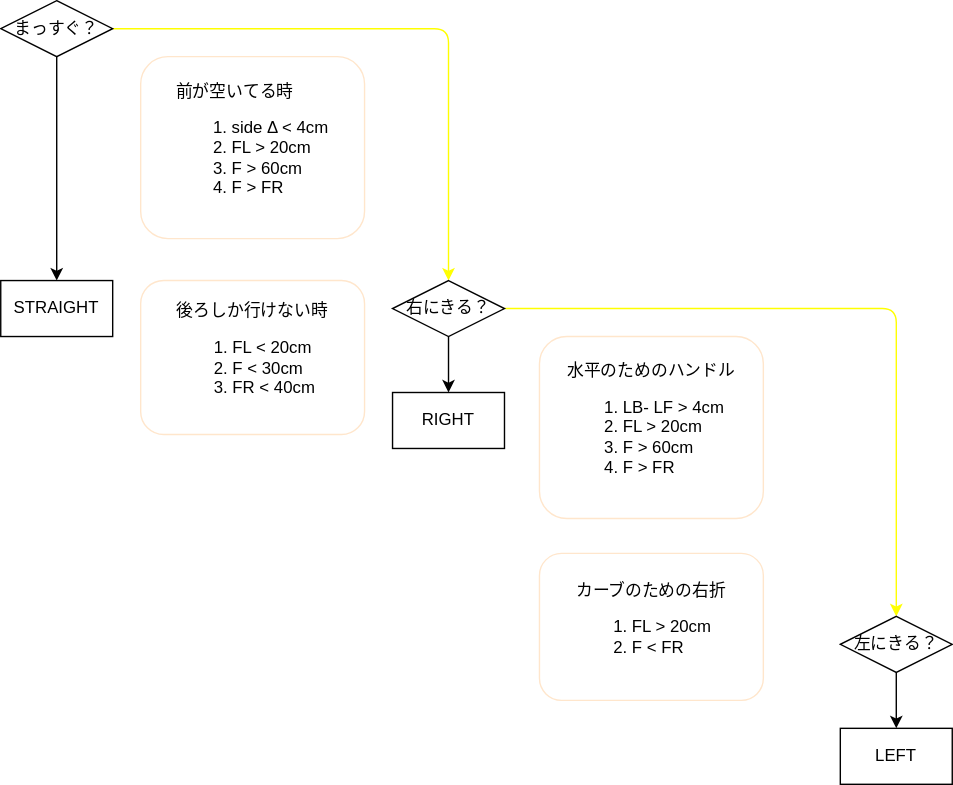
Earlier version of the draw.io export toyota.drawio.svg (jizots/AI_minicar). Source tidied: cells renumbered, new cells last; positions are measured from the earlier drawing's top-left corner, leaving out a move shared by most shapes.
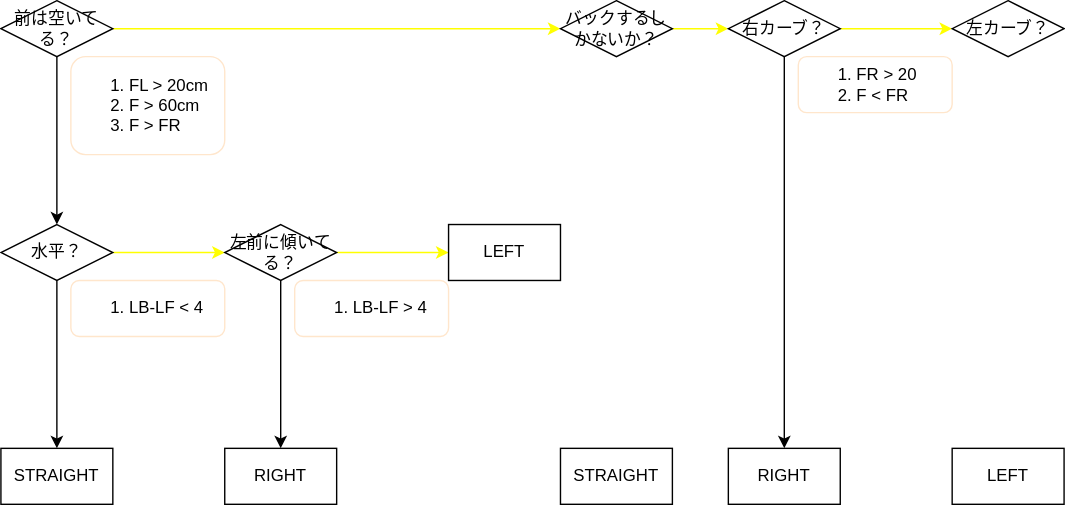
Later version of the same file.

The edit, as a diff of the source:
```diff
@@ -2,58 +2,86 @@
   <root>
     <mxCell id="0" />
     <mxCell id="1" parent="0" />
-    <mxCell id="2" style="edgeStyle=none;html=1;entryX=0.5;entryY=0;entryDx=0;entryDy=0;exitX=1;exitY=0.5;exitDx=0;exitDy=0;strokeColor=#FFFF00;" parent="1" edge="1" source="4" target="7">
-      <mxGeometry relative="1" as="geometry">
-        <Array as="points">
-          <mxPoint x="320" y="20" />
-        </Array>
-      </mxGeometry>
+    <mxCell id="2" style="edgeStyle=none;html=1;entryX=0;entryY=0.5;entryDx=0;entryDy=0;exitX=1;exitY=0.5;exitDx=0;exitDy=0;strokeColor=#FFFF00;" parent="1" edge="1" source="4" target="7">
+      <mxGeometry relative="1" as="geometry" />
     </mxCell>
-    <mxCell id="3" style="edgeStyle=none;html=1;exitX=0.5;exitY=1;exitDx=0;exitDy=0;entryX=0.5;entryY=0;entryDx=0;entryDy=0;" parent="1" edge="1" source="4" target="10">
+    <mxCell id="3" style="edgeStyle=none;html=1;exitX=0.5;exitY=1;exitDx=0;exitDy=0;entryX=0.5;entryY=0;entryDx=0;entryDy=0;startArrow=none;" parent="1" edge="1" source="21" target="10">
       <mxGeometry relative="1" as="geometry" />
     </mxCell>
+    <mxCell id="17" style="edgeStyle=none;html=1;exitX=0.5;exitY=1;exitDx=0;exitDy=0;entryX=0.5;entryY=0;entryDx=0;entryDy=0;" parent="1" edge="1" source="4" target="21">
+      <mxGeometry relative="1" as="geometry" />
+    </mxCell>
-    <mxCell id="4" value="まっすぐ？" style="rhombus;whiteSpace=wrap;html=1;" parent="1" vertex="1">
+    <mxCell id="4" value="前は空いてる？" style="rhombus;whiteSpace=wrap;html=1;" parent="1" vertex="1">
       <mxGeometry width="80" height="40" as="geometry" />
     </mxCell>
+    <mxCell id="6" style="edgeStyle=none;html=1;exitX=0.5;exitY=1;exitDx=0;exitDy=0;entryX=0.5;entryY=0;entryDx=0;entryDy=0;" parent="1" edge="1" source="23" target="11">
+      <mxGeometry relative="1" as="geometry" />
+    </mxCell>
+    <mxCell id="18" style="edgeStyle=none;html=1;exitX=0.5;exitY=1;exitDx=0;exitDy=0;entryX=0.5;entryY=0;entryDx=0;entryDy=0;strokeColor=#FFFFFF;" parent="1" edge="1" source="7" target="27">
+      <mxGeometry relative="1" as="geometry" />
+    </mxCell>
-    <mxCell id="5" style="edgeStyle=none;html=1;entryX=0.5;entryY=0;entryDx=0;entryDy=0;exitX=1;exitY=0.5;exitDx=0;exitDy=0;strokeColor=#FFFF00;" parent="1" edge="1" source="7" target="9">
-      <mxGeometry relative="1" as="geometry">
-        <Array as="points">
-          <mxPoint x="640" y="220" />
-        </Array>
-      </mxGeometry>
+    <mxCell id="5" style="edgeStyle=none;html=1;strokeColor=#FFFF00;" parent="1" edge="1" source="7" target="9">
+      <mxGeometry relative="1" as="geometry" />
     </mxCell>
-    <mxCell id="6" style="edgeStyle=none;html=1;exitX=0.5;exitY=1;exitDx=0;exitDy=0;entryX=0.5;entryY=0;entryDx=0;entryDy=0;" parent="1" edge="1" source="7" target="11">
-      <mxGeometry relative="1" as="geometry" />
-    </mxCell>
-    <mxCell id="7" value="右にきる？" style="rhombus;whiteSpace=wrap;html=1;" parent="1" vertex="1">
-      <mxGeometry x="280" y="200" width="80" height="40" as="geometry" />
+    <mxCell id="7" value="バックするしかないか？" style="rhombus;whiteSpace=wrap;html=1;" parent="1" vertex="1">
+      <mxGeometry x="400" width="80" height="40" as="geometry" />
     </mxCell>
     <mxCell id="8" style="edgeStyle=none;html=1;exitX=0.5;exitY=1;exitDx=0;exitDy=0;entryX=0.5;entryY=0;entryDx=0;entryDy=0;" parent="1" edge="1" source="9" target="12">
       <mxGeometry relative="1" as="geometry" />
     </mxCell>
+    <mxCell id="19" style="edgeStyle=none;html=1;exitX=1;exitY=0.5;exitDx=0;exitDy=0;entryX=0;entryY=0.5;entryDx=0;entryDy=0;strokeColor=#FFFF00;" parent="1" edge="1" source="9" target="30">
+      <mxGeometry relative="1" as="geometry" />
+    </mxCell>
-    <mxCell id="9" value="左にきる？" style="rhombus;whiteSpace=wrap;html=1;" parent="1" vertex="1">
-      <mxGeometry x="600" y="440" width="80" height="40" as="geometry" />
+    <mxCell id="9" value="右カーブ？" style="rhombus;whiteSpace=wrap;html=1;" parent="1" vertex="1">
+      <mxGeometry x="520" width="80" height="40" as="geometry" />
     </mxCell>
     <mxCell id="10" value="STRAIGHT" style="whiteSpace=wrap;html=1;" parent="1" vertex="1">
-      <mxGeometry y="200" width="80" height="40" as="geometry" />
+      <mxGeometry y="320" width="80" height="40" as="geometry" />
     </mxCell>
     <mxCell id="11" value="RIGHT" style="whiteSpace=wrap;html=1;" parent="1" vertex="1">
-      <mxGeometry x="280" y="280" width="80" height="40" as="geometry" />
+      <mxGeometry x="160" y="320" width="80" height="40" as="geometry" />
     </mxCell>
-    <mxCell id="12" value="LEFT" style="whiteSpace=wrap;html=1;" parent="1" vertex="1">
-      <mxGeometry x="600" y="520" width="80" height="40" as="geometry" />
+    <mxCell id="12" value="RIGHT" style="whiteSpace=wrap;html=1;" parent="1" vertex="1">
+      <mxGeometry x="520" y="320" width="80" height="40" as="geometry" />
     </mxCell>
-    <mxCell id="13" value="&lt;div style=&quot;text-align: left;&quot;&gt;前が空いてる時&lt;/div&gt;&lt;ol style=&quot;text-align: left;&quot;&gt;&lt;li&gt;side Δ &amp;lt; 4cm&lt;/li&gt;&lt;li&gt;FL &amp;gt; 20cm&lt;/li&gt;&lt;li&gt;F &amp;gt; 60cm&lt;/li&gt;&lt;li&gt;F &amp;gt; FR&lt;/li&gt;&lt;/ol&gt;" style="rounded=1;whiteSpace=wrap;html=1;strokeColor=#FFE6CC;" parent="1" vertex="1">
-      <mxGeometry x="100" y="40" width="160" height="130" as="geometry" />
+    <mxCell id="13" value="&lt;ol style=&quot;&quot;&gt;&lt;li&gt;FL &amp;gt; 20cm&lt;/li&gt;&lt;li&gt;F &amp;gt; 60cm&lt;/li&gt;&lt;li&gt;F &amp;gt; FR&lt;/li&gt;&lt;/ol&gt;" style="rounded=1;whiteSpace=wrap;html=1;strokeColor=#FFE6CC;align=left;" parent="1" vertex="1">
+      <mxGeometry x="50" y="40" width="110" height="70" as="geometry" />
     </mxCell>
-    <mxCell id="14" value="&lt;div style=&quot;text-align: left;&quot;&gt;後ろしか行けない時&lt;/div&gt;&lt;ol style=&quot;text-align: left;&quot;&gt;&lt;li&gt;FL &amp;lt; 20cm&lt;/li&gt;&lt;li&gt;F &amp;lt; 30cm&lt;/li&gt;&lt;li&gt;FR &amp;lt; 40cm&lt;/li&gt;&lt;/ol&gt;" style="rounded=1;whiteSpace=wrap;html=1;strokeColor=#FFE6CC;" parent="1" vertex="1">
-      <mxGeometry x="100" y="200" width="160" height="110" as="geometry" />
-    </mxCell>
-    <mxCell id="15" value="&lt;div style=&quot;text-align: left;&quot;&gt;&lt;span style=&quot;color: rgba(0, 0, 0, 0); font-family: monospace; font-size: 0px;&quot;&gt;%3CmxGraphModel%3E%3Croot%3E%3CmxCell%20id%3D%220%22%2F%3E%3CmxCell%20id%3D%221%22%20parent%3D%220%22%2F%3E%3CmxCell%20id%3D%222%22%20value%3D%22%26lt%3Bdiv%20style%3D%26quot%3Btext-align%3A%20left%3B%26quot%3B%26gt%3B%E5%BE%8C%E3%82%8D%E3%81%97%E3%81%8B%E8%A1%8C%E3%81%91%E3%81%AA%E3%81%84%E6%99%82%26lt%3B%2Fdiv%26gt%3B%26lt%3Bol%20style%3D%26quot%3Btext-align%3A%20left%3B%26quot%3B%26gt%3B%26lt%3Bli%26gt%3BFront%20Left%20%26amp%3Blt%3B%2020cm%26lt%3B%2Fli%26gt%3B%26lt%3Bli%26gt%3BFront%20%26amp%3Blt%3B%2030cm%26lt%3B%2Fli%26gt%3B%26lt%3Bli%26gt%3BFront%20Right%20%26amp%3Blt%3B%2040cm%26lt%3B%2Fli%26gt%3B%26lt%3B%2Fol%26gt%3B%22%20style%3D%22rounded%3D1%3BwhiteSpace%3Dwrap%3Bhtml%3D1%3BstrokeColor%3D%23FFE6CC%3B%22%20vertex%3D%221%22%20parent%3D%221%22%3E%3CmxGeometry%20x%3D%22140%22%20y%3D%22240%22%20width%3D%22160%22%20height%3D%22130%22%20as%3D%22geometry%22%2F%3E%3C%2FmxCell%3E%3C%2Froot%3E%3C%2FmxGraphModel%3E&lt;/span&gt;&lt;span style=&quot;background-color: initial;&quot;&gt;水平のためのハンドル&lt;/span&gt;&lt;br&gt;&lt;/div&gt;&lt;ol style=&quot;text-align: left;&quot;&gt;&lt;li&gt;LB- LF &amp;gt; 4cm&lt;/li&gt;&lt;li&gt;FL &amp;gt; 20cm&lt;/li&gt;&lt;li&gt;F &amp;gt; 60cm&lt;/li&gt;&lt;li&gt;F &amp;gt; FR&lt;/li&gt;&lt;/ol&gt;" style="rounded=1;whiteSpace=wrap;html=1;strokeColor=#FFE6CC;" parent="1" vertex="1">
-      <mxGeometry x="385" y="240" width="160" height="130" as="geometry" />
-    </mxCell>
-    <mxCell id="16" value="&lt;div style=&quot;text-align: left;&quot;&gt;&lt;span style=&quot;color: rgba(0, 0, 0, 0); font-family: monospace; font-size: 0px;&quot;&gt;%3CmxGraphModel%3E%3Croot%3E%3CmxCell%20id%3D%220%22%2F%3E%3CmxCell%20id%3D%221%22%20parent%3D%220%22%2F%3E%3CmxCell%20id%3D%222%22%20value%3D%22%26lt%3Bdiv%20style%3D%26quot%3Btext-align%3A%20left%3B%26quot%3B%26gt%3B%E5%BE%8C%E3%82%8D%E3%81%97%E3%81%8B%E8%A1%8C%E3%81%91%E3%81%AA%E3%81%84%E6%99%82%26lt%3B%2Fdiv%26gt%3B%26lt%3Bol%20style%3D%26quot%3Btext-align%3A%20left%3B%26quot%3B%26gt%3B%26lt%3Bli%26gt%3BFront%20Left%20%26amp%3Blt%3B%2020cm%26lt%3B%2Fli%26gt%3B%26lt%3Bli%26gt%3BFront%20%26amp%3Blt%3B%2030cm%26lt%3B%2Fli%26gt%3B%26lt%3Bli%26gt%3BFront%20Right%20%26amp%3Blt%3B%2040cm%26lt%3B%2Fli%26gt%3B%26lt%3B%2Fol%26gt%3B%22%20style%3D%22rounded%3D1%3BwhiteSpace%3Dwrap%3Bhtml%3D1%3BstrokeColor%3D%23FFE6CC%3B%22%20vertex%3D%221%22%20parent%3D%221%22%3E%3CmxGeometry%20x%3D%22140%22%20y%3D%22240%22%20width%3D%22160%22%20height%3D%22130%22%20as%3D%22geometry%22%2F%3E%3C%2FmxCell%3E%3C%2Froot%3E%3C%2FmxGraphModel%3Eカーブカーwf和えwfえw&lt;/span&gt;&lt;span style=&quot;background-color: initial;&quot;&gt;カーブのための右折&lt;/span&gt;&lt;/div&gt;&lt;ol style=&quot;text-align: left;&quot;&gt;&lt;li&gt;FL &amp;gt; 20cm&lt;/li&gt;&lt;li&gt;F &amp;lt; FR&lt;/li&gt;&lt;/ol&gt;" style="rounded=1;whiteSpace=wrap;html=1;strokeColor=#FFE6CC;" parent="1" vertex="1">
-      <mxGeometry x="385" y="395" width="160" height="105" as="geometry" />
-    </mxCell>
+    <mxCell id="20" style="edgeStyle=none;html=1;entryX=0;entryY=0.5;entryDx=0;entryDy=0;strokeColor=#FFFF00;" parent="1" edge="1" source="21" target="23">
+      <mxGeometry relative="1" as="geometry" />
+    </mxCell>
+    <mxCell id="21" value="水平？" style="rhombus;whiteSpace=wrap;html=1;" parent="1" vertex="1">
+      <mxGeometry y="160" width="80" height="40" as="geometry" />
+    </mxCell>
+    <mxCell id="22" style="edgeStyle=none;html=1;exitX=1;exitY=0.5;exitDx=0;exitDy=0;entryX=0;entryY=0.5;entryDx=0;entryDy=0;strokeColor=#FFFF00;" parent="1" edge="1" source="23" target="25">
+      <mxGeometry relative="1" as="geometry" />
+    </mxCell>
+    <mxCell id="23" value="左前に傾いてる？" style="rhombus;whiteSpace=wrap;html=1;" parent="1" vertex="1">
+      <mxGeometry x="160" y="160" width="80" height="40" as="geometry" />
+    </mxCell>
+    <mxCell id="24" value="&lt;ol style=&quot;&quot;&gt;&lt;li&gt;LB-LF &amp;lt; 4&lt;/li&gt;&lt;/ol&gt;" style="rounded=1;whiteSpace=wrap;html=1;strokeColor=#FFE6CC;align=left;" parent="1" vertex="1">
+      <mxGeometry x="50" y="200" width="110" height="40" as="geometry" />
+    </mxCell>
+    <mxCell id="25" value="LEFT" style="whiteSpace=wrap;html=1;" parent="1" vertex="1">
+      <mxGeometry x="320" y="160" width="80" height="40" as="geometry" />
+    </mxCell>
+    <mxCell id="26" value="&lt;ol style=&quot;&quot;&gt;&lt;li&gt;LB-LF &amp;gt; 4&lt;/li&gt;&lt;/ol&gt;" style="rounded=1;whiteSpace=wrap;html=1;strokeColor=#FFE6CC;align=left;" parent="1" vertex="1">
+      <mxGeometry x="210" y="200" width="110" height="40" as="geometry" />
+    </mxCell>
+    <mxCell id="27" value="STRAIGHT" style="whiteSpace=wrap;html=1;" parent="1" vertex="1">
+      <mxGeometry x="400" y="320" width="80" height="40" as="geometry" />
+    </mxCell>
+    <mxCell id="28" value="&lt;ol style=&quot;&quot;&gt;&lt;li&gt;FR &amp;gt; 20&lt;/li&gt;&lt;li&gt;F &amp;lt; FR&lt;/li&gt;&lt;/ol&gt;" style="rounded=1;whiteSpace=wrap;html=1;strokeColor=#FFE6CC;align=left;" parent="1" vertex="1">
+      <mxGeometry x="570" y="40" width="110" height="40" as="geometry" />
+    </mxCell>
+    <mxCell id="29" style="edgeStyle=none;html=1;exitX=0.5;exitY=1;exitDx=0;exitDy=0;entryX=0.5;entryY=0;entryDx=0;entryDy=0;strokeColor=#FFFFFF;" parent="1" edge="1" source="30" target="31">
+      <mxGeometry relative="1" as="geometry" />
+    </mxCell>
+    <mxCell id="30" value="左カーブ？" style="rhombus;whiteSpace=wrap;html=1;" parent="1" vertex="1">
+      <mxGeometry x="680" width="80" height="40" as="geometry" />
+    </mxCell>
+    <mxCell id="31" value="LEFT" style="whiteSpace=wrap;html=1;" parent="1" vertex="1">
+      <mxGeometry x="680" y="320" width="80" height="40" as="geometry" />
+    </mxCell>
   </root>
 </mxGraphModel>
```
